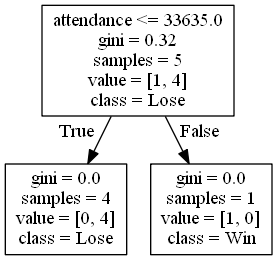
This is DecisionTrees/Mountain Westdecision_tree_with_score1.png from alexana-steck/CSE482Project, a Graphviz export, as it was before one commit. Its source is kept beside it as DecisionTrees/Mountain Westdecision_tree_with_score1.dot. Source of this version:
```dot
digraph Tree {
node [shape=box] ;
0 [label="attendance <= 33635.0\ngini = 0.32\nsamples = 5\nvalue = [1, 4]\nclass = Lose"] ;
1 [label="gini = 0.0\nsamples = 4\nvalue = [0, 4]\nclass = Lose"] ;
0 -> 1 [labeldistance=2.5, labelangle=45, headlabel="True"] ;
2 [label="gini = 0.0\nsamples = 1\nvalue = [1, 0]\nclass = Win"] ;
0 -> 2 [labeldistance=2.5, labelangle=-45, headlabel="False"] ;
}
```
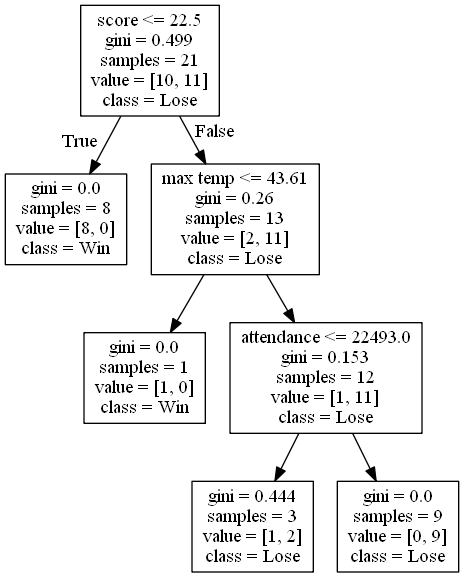
After the change.

The edit, as a diff of the source:
```diff
@@ -1,8 +1,16 @@
 digraph Tree {
 node [shape=box] ;
-0 [label="attendance <= 33635.0\ngini = 0.32\nsamples = 5\nvalue = [1, 4]\nclass = Lose"] ;
-1 [label="gini = 0.0\nsamples = 4\nvalue = [0, 4]\nclass = Lose"] ;
+0 [label="score <= 22.5\ngini = 0.499\nsamples = 21\nvalue = [10, 11]\nclass = Lose"] ;
+1 [label="gini = 0.0\nsamples = 8\nvalue = [8, 0]\nclass = Win"] ;
 0 -> 1 [labeldistance=2.5, labelangle=45, headlabel="True"] ;
-2 [label="gini = 0.0\nsamples = 1\nvalue = [1, 0]\nclass = Win"] ;
+2 [label="max temp <= 43.61\ngini = 0.26\nsamples = 13\nvalue = [2, 11]\nclass = Lose"] ;
 0 -> 2 [labeldistance=2.5, labelangle=-45, headlabel="False"] ;
+3 [label="gini = 0.0\nsamples = 1\nvalue = [1, 0]\nclass = Win"] ;
+2 -> 3 ;
+4 [label="attendance <= 22493.0\ngini = 0.153\nsamples = 12\nvalue = [1, 11]\nclass = Lose"] ;
+2 -> 4 ;
+5 [label="gini = 0.444\nsamples = 3\nvalue = [1, 2]\nclass = Lose"] ;
+4 -> 5 ;
+6 [label="gini = 0.0\nsamples = 9\nvalue = [0, 9]\nclass = Lose"] ;
+4 -> 6 ;
 }
```
